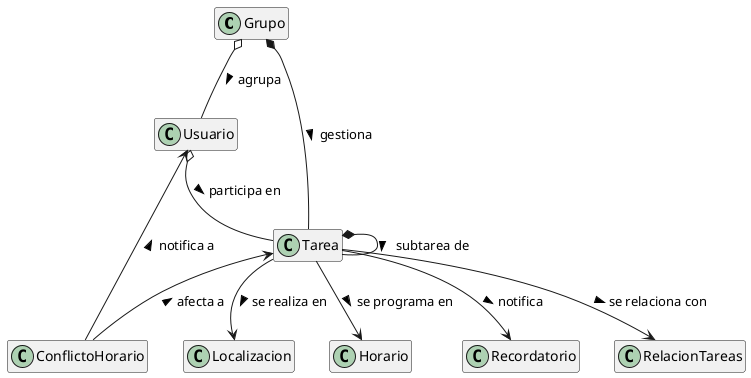
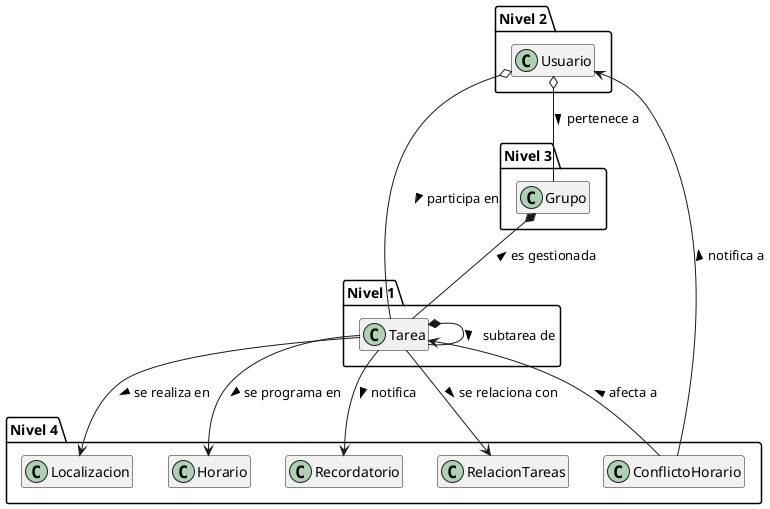
- @startuml
+ @startuml Diagrama de Clases - Primera Reunión
top to bottom direction
hide methods
hide attributes
skinparam classAttributeIconSize 0

- class Grupo
- class Usuario
- Grupo o-- Usuario : agrupa >
+ ' Nivel 1: Tarea
+ package "Nivel 1" {
+   class Tarea
+ }

- class Tarea
- Grupo *-- Tarea : gestiona >
+ ' Nivel 2: Usuario
+ package "Nivel 2" {
+   class Usuario
+ }
+ 
+ ' Nivel 3: Grupo
+ package "Nivel 3" {
+   class Grupo
+ }
+ 
+ ' Nivel 4: Resto de clases
+ package "Nivel 4" {
+   class ConflictoHorario
+   class Localizacion
+   class Horario
+   class Recordatorio
+   class RelacionTareas
+ }
+ 
+ ' Relaciones principales
+ Grupo *-- Tarea : es gestionada <
Usuario o-- Tarea : participa en >
+ Usuario o-- Grupo : pertenece a >
Tarea *-- Tarea : subtarea de >

- class ConflictoHorario
- class Localizacion
- class Horario
- class Recordatorio
- class RelacionTareas
- 
+ ' Relaciones con el resto
Tarea <-- ConflictoHorario : afecta a <
Usuario <-- ConflictoHorario : notifica a <
- 
Tarea --> Localizacion : se realiza en >
Tarea --> Horario : se programa en >
Tarea --> Recordatorio : notifica >
Tarea --> RelacionTareas : se relaciona con >

- @enduml+ @enduml
